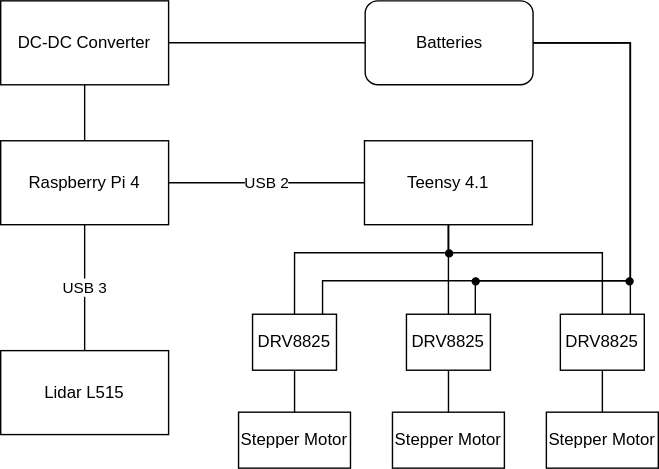
This is resources/images/omniwheel_system_overview.svg from baldhat/omniwheel, a draw.io export, as it was before one commit. Source tidied: cells renumbered, new cells last; positions are measured from the earlier drawing's top-left corner, leaving out a move shared by most shapes. Source of this version:
```xml
<mxGraphModel background="#ffffff">
  <root>
    <mxCell id="0" />
    <mxCell id="1" parent="0" />
    <mxCell id="2" value="&lt;div&gt;USB 2&lt;/div&gt;" style="edgeStyle=orthogonalEdgeStyle;rounded=0;jettySize=auto;html=1;endArrow=none;endFill=0;" parent="1" edge="1" source="4" target="8">
      <mxGeometry relative="1" as="geometry" />
    </mxCell>
    <mxCell id="3" value="USB 3" style="edgeStyle=orthogonalEdgeStyle;rounded=0;jettySize=auto;html=1;endArrow=none;endFill=0;" parent="1" edge="1" source="4" target="19">
      <mxGeometry relative="1" as="geometry" />
    </mxCell>
    <mxCell id="4" value="&lt;div&gt;Raspberry Pi 4&lt;/div&gt;" style="rounded=0;whiteSpace=wrap;html=1;" parent="1" vertex="1">
      <mxGeometry y="100" width="120" height="60" as="geometry" />
    </mxCell>
    <mxCell id="5" style="edgeStyle=orthogonalEdgeStyle;rounded=0;jettySize=auto;html=1;entryX=0.5;entryY=0;entryDx=0;entryDy=0;endArrow=none;endFill=0;" parent="1" edge="1" source="8" target="11">
      <mxGeometry relative="1" as="geometry">
        <Array as="points">
          <mxPoint x="320" y="180" />
          <mxPoint x="210" y="180" />
        </Array>
      </mxGeometry>
    </mxCell>
    <mxCell id="6" style="edgeStyle=orthogonalEdgeStyle;rounded=0;jettySize=auto;html=1;endArrow=none;endFill=0;" parent="1" edge="1" source="8" target="13">
      <mxGeometry relative="1" as="geometry" />
    </mxCell>
    <mxCell id="7" style="edgeStyle=orthogonalEdgeStyle;rounded=0;jettySize=auto;html=1;endArrow=none;endFill=0;" parent="1" edge="1" source="8" target="15">
      <mxGeometry relative="1" as="geometry">
        <Array as="points">
          <mxPoint x="320" y="180" />
          <mxPoint x="430" y="180" />
        </Array>
      </mxGeometry>
    </mxCell>
    <mxCell id="8" value="Teensy 4.1" style="rounded=0;whiteSpace=wrap;html=1;" parent="1" vertex="1">
      <mxGeometry x="260" y="100" width="120" height="60" as="geometry" />
    </mxCell>
    <mxCell id="9" style="edgeStyle=orthogonalEdgeStyle;rounded=0;jettySize=auto;html=1;endArrow=none;endFill=0;" parent="1" edge="1" source="11" target="16">
      <mxGeometry relative="1" as="geometry" />
    </mxCell>
    <mxCell id="10" style="edgeStyle=orthogonalEdgeStyle;rounded=0;jettySize=auto;html=1;endArrow=none;endFill=0;" parent="1" edge="1" source="11" target="22">
      <mxGeometry relative="1" as="geometry">
        <Array as="points">
          <mxPoint x="230" y="200" />
          <mxPoint x="450" y="200" />
          <mxPoint x="450" y="30" />
        </Array>
      </mxGeometry>
    </mxCell>
    <mxCell id="11" value="&lt;div&gt;DRV8825&lt;/div&gt;" style="rounded=0;whiteSpace=wrap;html=1;" parent="1" vertex="1">
      <mxGeometry x="180" y="224" width="60" height="40" as="geometry" />
    </mxCell>
    <mxCell id="12" style="edgeStyle=orthogonalEdgeStyle;rounded=0;jettySize=auto;html=1;endArrow=none;endFill=0;" parent="1" edge="1" source="13" target="17">
      <mxGeometry relative="1" as="geometry" />
    </mxCell>
    <mxCell id="13" value="&lt;div&gt;DRV8825&lt;/div&gt;" style="rounded=0;whiteSpace=wrap;html=1;" parent="1" vertex="1">
      <mxGeometry x="290" y="224" width="60" height="40" as="geometry" />
    </mxCell>
    <mxCell id="14" style="edgeStyle=orthogonalEdgeStyle;rounded=0;jettySize=auto;html=1;endArrow=none;endFill=0;" parent="1" edge="1" source="15" target="18">
      <mxGeometry relative="1" as="geometry" />
    </mxCell>
    <mxCell id="15" value="&lt;div&gt;DRV8825&lt;/div&gt;" style="rounded=0;whiteSpace=wrap;html=1;" parent="1" vertex="1">
      <mxGeometry x="400" y="224" width="60" height="40" as="geometry" />
    </mxCell>
    <mxCell id="16" value="Stepper Motor" style="rounded=0;whiteSpace=wrap;html=1;" parent="1" vertex="1">
      <mxGeometry x="170" y="294" width="80" height="40" as="geometry" />
    </mxCell>
    <mxCell id="17" value="Stepper Motor" style="rounded=0;whiteSpace=wrap;html=1;" parent="1" vertex="1">
      <mxGeometry x="280" y="294" width="80" height="40" as="geometry" />
    </mxCell>
    <mxCell id="18" value="Stepper Motor" style="rounded=0;whiteSpace=wrap;html=1;" parent="1" vertex="1">
      <mxGeometry x="390" y="294" width="80" height="40" as="geometry" />
    </mxCell>
    <mxCell id="19" value="Lidar L515" style="rounded=0;whiteSpace=wrap;html=1;" parent="1" vertex="1">
      <mxGeometry y="250" width="120" height="60" as="geometry" />
    </mxCell>
    <mxCell id="20" style="edgeStyle=orthogonalEdgeStyle;rounded=0;jettySize=auto;html=1;endArrow=none;endFill=0;" parent="1" edge="1" source="22" target="15">
      <mxGeometry relative="1" as="geometry">
        <Array as="points">
          <mxPoint x="450" y="30" />
        </Array>
      </mxGeometry>
    </mxCell>
    <mxCell id="21" style="edgeStyle=orthogonalEdgeStyle;rounded=0;orthogonalLoop=1;jettySize=auto;html=1;entryX=0.787;entryY=-0.001;entryDx=0;entryDy=0;endArrow=none;endFill=0;entryPerimeter=0;exitX=1;exitY=0.5;exitDx=0;exitDy=0;" parent="1" edge="1">
      <mxGeometry relative="1" as="geometry">
        <mxPoint x="378.5" y="30" as="sourcePoint" />
        <mxPoint x="339.2" y="223.9" as="targetPoint" />
        <Array as="points">
          <mxPoint x="450" y="30" />
          <mxPoint x="450" y="200" />
          <mxPoint x="339" y="200" />
        </Array>
      </mxGeometry>
    </mxCell>
    <mxCell id="22" value="Batteries" style="rounded=1;whiteSpace=wrap;html=1;" parent="1" vertex="1">
      <mxGeometry x="260.5" width="120" height="60" as="geometry" />
    </mxCell>
    <mxCell id="23" style="edgeStyle=orthogonalEdgeStyle;rounded=0;jettySize=auto;html=1;endArrow=none;endFill=0;" parent="1" edge="1" source="25" target="22">
      <mxGeometry relative="1" as="geometry" />
    </mxCell>
    <mxCell id="24" style="edgeStyle=orthogonalEdgeStyle;rounded=0;jettySize=auto;html=1;endArrow=none;endFill=0;" parent="1" edge="1" source="25" target="4">
      <mxGeometry relative="1" as="geometry" />
    </mxCell>
    <mxCell id="25" value="DC-DC Converter" style="rounded=0;whiteSpace=wrap;html=1;" parent="1" vertex="1">
      <mxGeometry width="120" height="60" as="geometry" />
    </mxCell>
    <mxCell id="26" style="ellipse;whiteSpace=wrap;html=1;fillColor=#000000;" parent="1" vertex="1">
      <mxGeometry x="318" y="178" width="5" height="5" as="geometry" />
    </mxCell>
    <mxCell id="27" style="ellipse;whiteSpace=wrap;html=1;fillColor=#000000;" parent="1" vertex="1">
      <mxGeometry x="337" y="198" width="5" height="5" as="geometry" />
    </mxCell>
    <mxCell id="28" style="ellipse;whiteSpace=wrap;html=1;fillColor=#000000;" parent="1" vertex="1">
      <mxGeometry x="447" y="198" width="5" height="5" as="geometry" />
    </mxCell>
  </root>
</mxGraphModel>
```
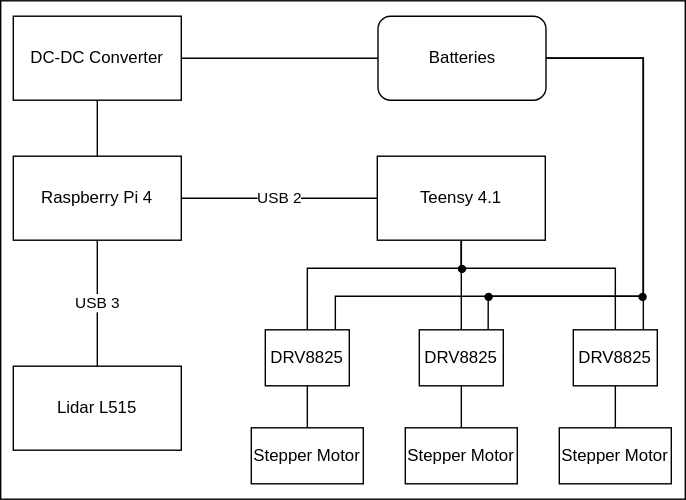
The same file after the commit.

Commit message:
Updated system overview

What changed in the source:
```diff
@@ -2,6 +2,9 @@
   <root>
     <mxCell id="0" />
     <mxCell id="1" parent="0" />
+    <mxCell id="29" style="rounded=0;whiteSpace=wrap;html=1;fillColor=none;" parent="1" vertex="1">
+      <mxGeometry x="-9" y="-11" width="489" height="356" as="geometry" />
+    </mxCell>
     <mxCell id="2" value="&lt;div&gt;USB 2&lt;/div&gt;" style="edgeStyle=orthogonalEdgeStyle;rounded=0;jettySize=auto;html=1;endArrow=none;endFill=0;" parent="1" edge="1" source="4" target="8">
       <mxGeometry relative="1" as="geometry" />
     </mxCell>
```
